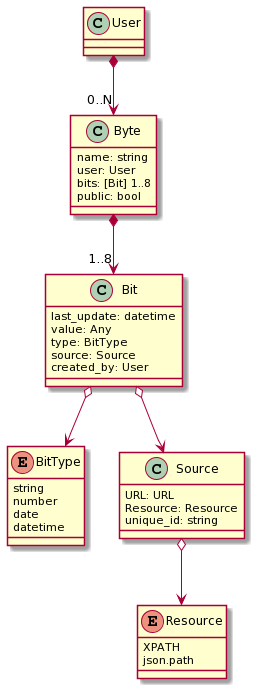
Before: docs/uml/images/domain_model.png, a diagram exported from PlantUML (leohakim/api-o-matic-old).
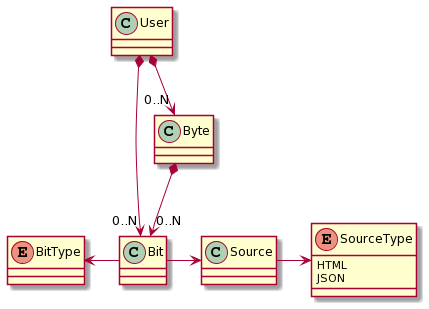
The same file after the commit.

Commit message:
Update Documentation, Add Classes Diagram, change Domain Model

Change to the diagram source:
```diff
@@ -1,44 +1,25 @@
 @startuml
-class Bit {
-    last_update: datetime
-    value: Any
-    type: BitType
-    source: Source
-    created_by: User
+class Bit {}
+
+enum BitType {}
+
+Bit -left-> BitType
+
+class Source {}
+
+enum SourceType {
+    HTML
+    JSON
 }
+Source -right-> SourceType
 
-enum BitType {
-    string
-    number
-    date
-    datetime
-}
+Bit -right-> Source
 
-Bit o--> BitType
-
-class Source {
-    URL: URL
-    Resource: Resource
-    unique_id: string
-}
-
-enum Resource {
-    XPATH
-    json.path
-}
-Source o--> Resource
-
-Bit o--> Source
-
-class Byte {
-    name: string
-    user: User
-    bits: [Bit] 1..8
-    public: bool
-}
+class Byte {}
 
 class User {}
 
 User *--> "0..N" Byte
-Byte *--> "1..8" Bit
+User *--> "0..N" Bit
+Byte *--> "0..N" Bit
 @enduml
```
